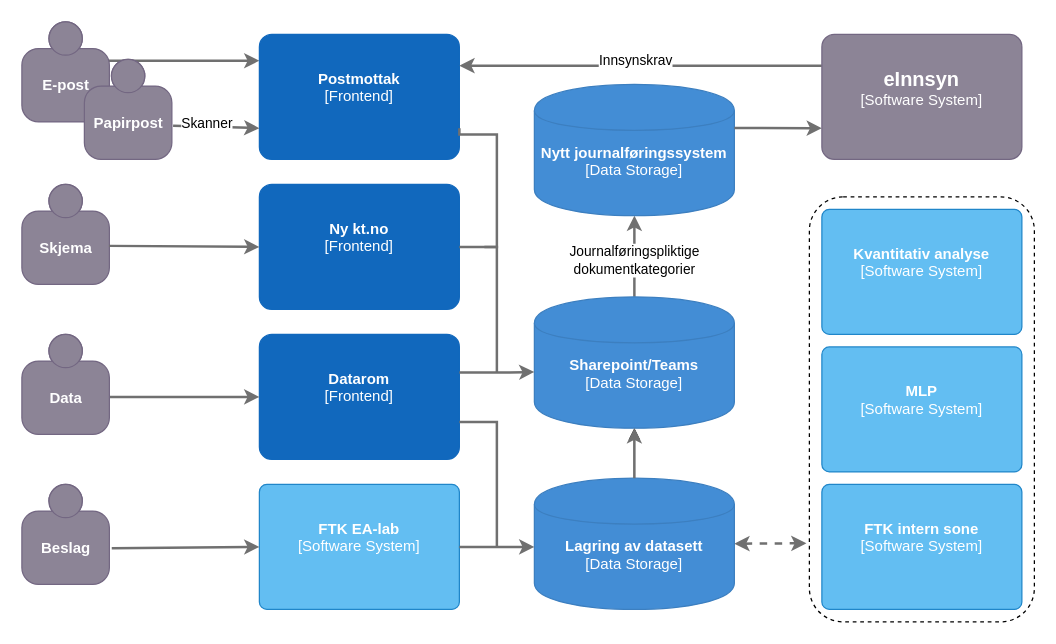
Earlier version of the draw.io diagram page "Dataflyt inn" (1 of 15) of .drawio (mortenee/draw.io). Source tidied: cells renumbered, new cells numbered last; positions are measured from the earlier drawing's top-left corner, leaving out a move shared by most shapes. Both pictures are drawn from the tidied source at 125%, with x=0, y=0 at pixel (21, 21).
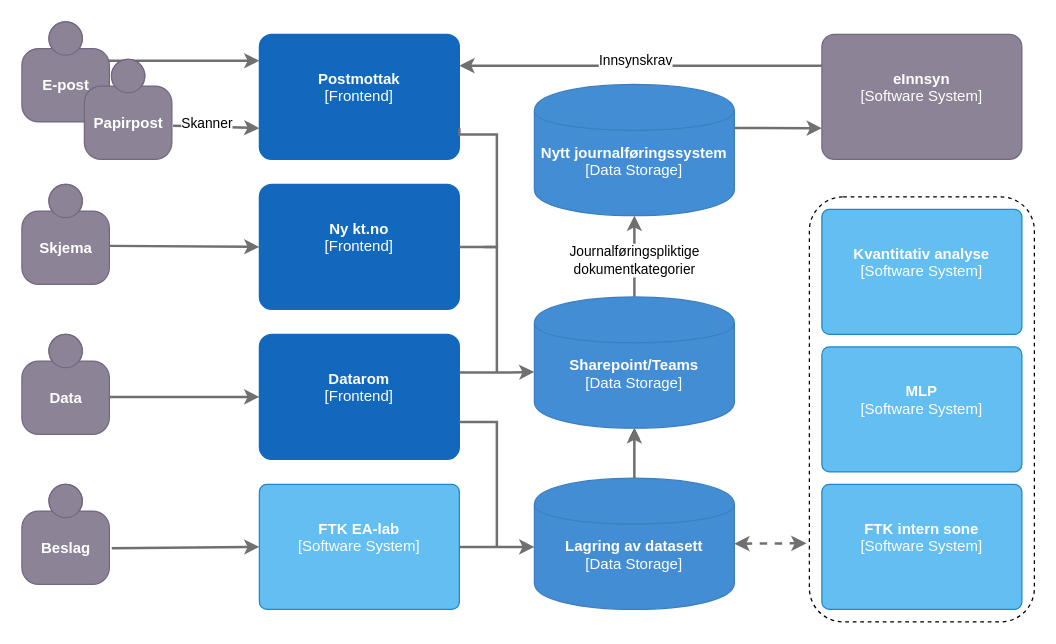
The same page after the edit.

Change to the diagram source:
```diff
@@
-    <object id="30" label="&lt;font style=&quot;font-size: 16px&quot;&gt;&lt;b&gt;%c4Name%&lt;/b&gt;&lt;/font&gt;&lt;div&gt;[%c4Type%]&lt;/div&gt;&lt;br&gt;&lt;div&gt;&lt;font style=&quot;font-size: 11px&quot;&gt;&lt;font color=&quot;#cccccc&quot;&gt;%c4Description%&lt;/font&gt;&lt;/div&gt;" c4Description="" c4Name="eInnsyn" c4Type="Software System" placeholders="1">
+    <object id="30" label="&lt;font style=&quot;font-size: 12px&quot;&gt;&lt;b&gt;%c4Name%&lt;/b&gt;&lt;/font&gt;&lt;div&gt;[%c4Type%]&lt;/div&gt;&lt;br&gt;&lt;div&gt;&lt;font style=&quot;font-size: 11px&quot;&gt;&lt;font color=&quot;#cccccc&quot;&gt;%c4Description%&lt;/font&gt;&lt;/div&gt;" c4Description="" c4Name="eInnsyn" c4Type="Software System" placeholders="1">
       <mxCell style="rounded=1;whiteSpace=wrap;html=1;labelBackgroundColor=none;fillColor=#8C8496;fontColor=#ffffff;align=center;arcSize=10;strokeColor=#736782;points=[[0.25,0,0],[0.5,0,0],[0.75,0,0],[1,0.25,0],[1,0.5,0],[1,0.75,0],[0.75,1,0],[0.5,1,0],[0.25,1,0],[0,0.75,0],[0,0.5,0],[0,0.25,0]];" parent="1" vertex="1">
         <mxGeometry x="640" y="10" width="160" height="100" as="geometry" />
       </mxCell>
     </object>
```
